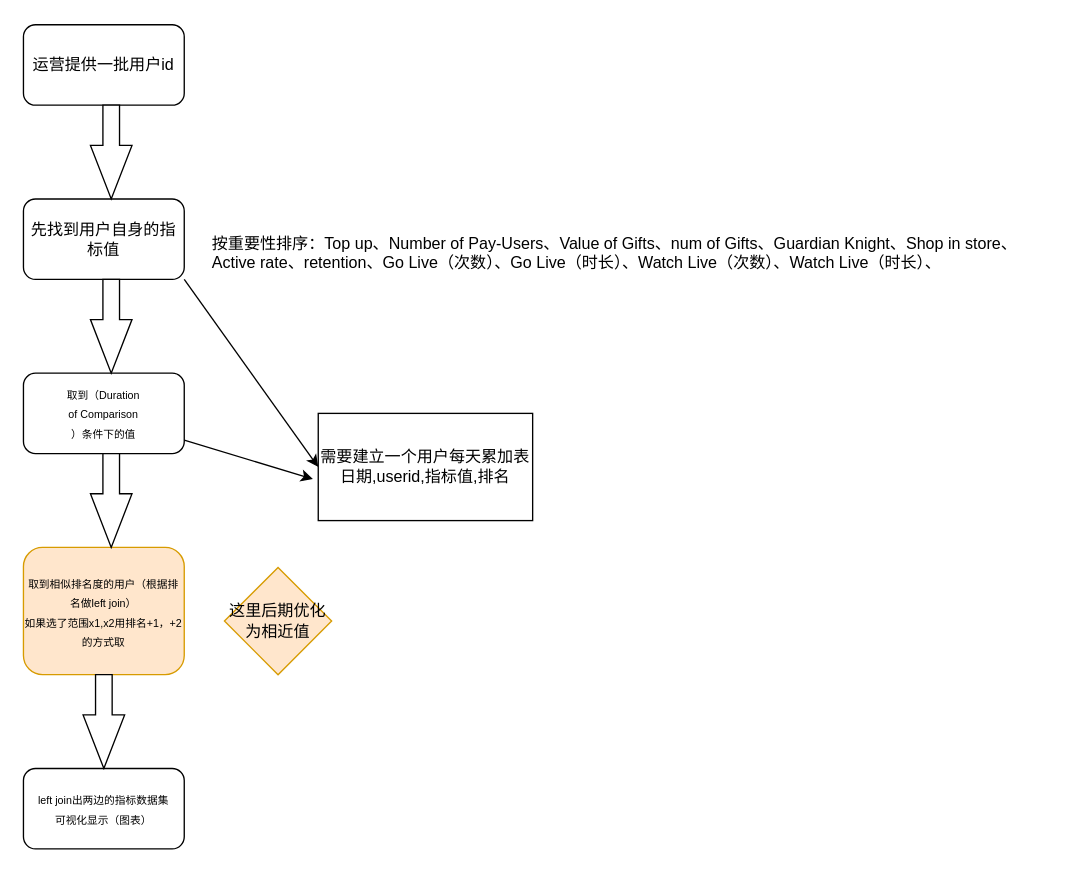
Earlier version of the draw.io diagram dir2/Untitled Diagram.drawio (liangrui1988/diagrams). Source tidied: cells renumbered, new cells numbered last; positions are measured from the earlier drawing's top-left corner, leaving out a move shared by most shapes. Both pictures are drawn from the tidied source at 134%, with x=0, y=0 at pixel (23, 24).
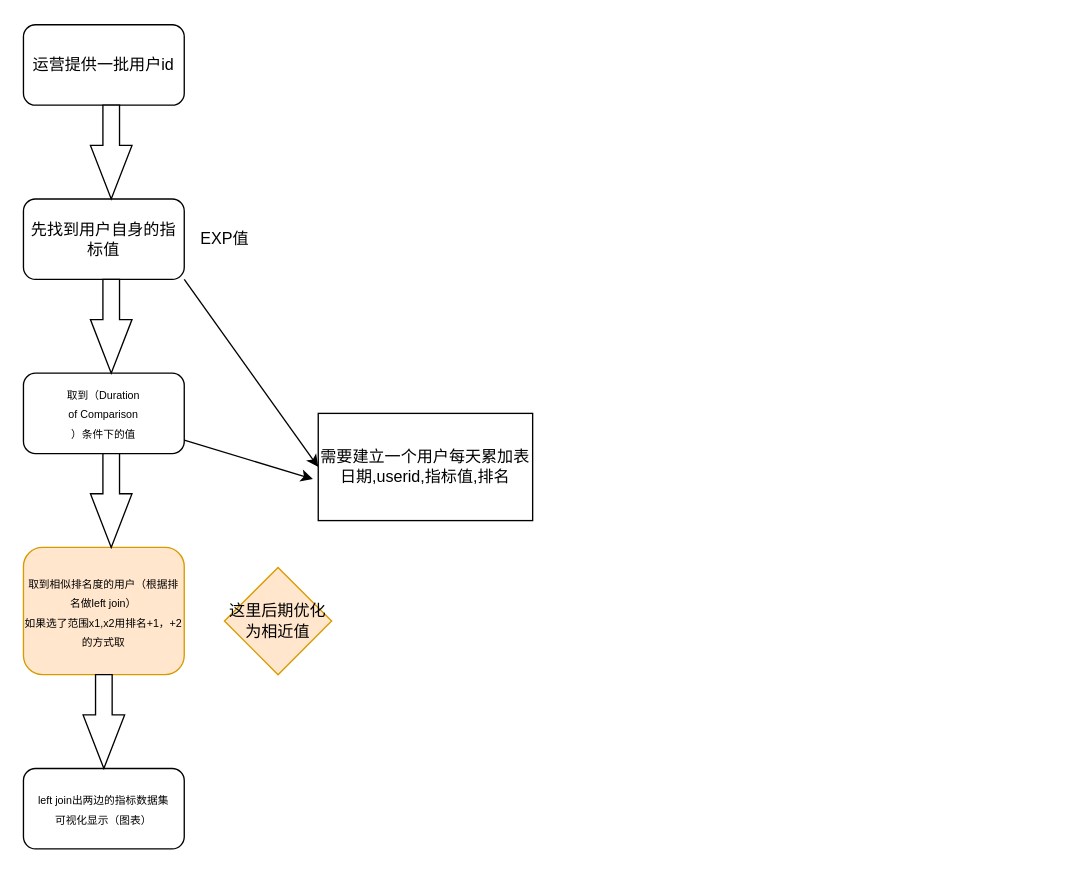
After the change.

The edit, as a diff of the source:
```diff
@@
 <mxGraphModel>
   <root>
     <mxCell id="0" />
     <mxCell id="1" parent="0" />
     <mxCell id="2" value="运营提供一批用户id" style="rounded=1;whiteSpace=wrap;html=1;" parent="1" vertex="1">
       <mxGeometry width="120" height="60" as="geometry" />
     </mxCell>
     <mxCell id="3" value="先找到用户自身的指标值" style="rounded=1;whiteSpace=wrap;html=1;" parent="1" vertex="1">
       <mxGeometry y="130" width="120" height="60" as="geometry" />
     </mxCell>
-    <mxCell id="4" value="&#10;&#10;&#10;&#10;&#10;&#10;&#10;&#10;&#10;&#10;&#10;&lt;p style=&quot;margin-top: 0pt ; margin-bottom: 0pt ; margin-left: 0in ; text-align: left ; direction: ltr ; unicode-bidi: embed ; word-break: normal&quot;&gt;&lt;span style=&quot;font-size: 9.0pt ; color: black&quot;&gt;按重要性排序：&lt;/span&gt;&lt;span style=&quot;font-size: 9.0pt ; font-family: &amp;quot;calibri&amp;quot; ; color: black&quot;&gt;Top up&lt;/span&gt;&lt;span style=&quot;font-size: 9.0pt ; color: black&quot;&gt;、&lt;/span&gt;&lt;span style=&quot;font-size: 9.0pt ; font-family: &amp;quot;calibri&amp;quot; ; color: black&quot;&gt;Number of Pay-Users&lt;/span&gt;&lt;span style=&quot;font-size: 9.0pt ; color: black&quot;&gt;、&lt;/span&gt;&lt;span style=&quot;font-size: 9.0pt ; font-family: &amp;quot;calibri&amp;quot; ; color: black&quot;&gt;Value of Gifts&lt;/span&gt;&lt;span style=&quot;font-size: 9.0pt ; color: black&quot;&gt;、&lt;/span&gt;&lt;span style=&quot;font-size: 9.0pt ; font-family: &amp;quot;calibri&amp;quot; ; color: black&quot;&gt;num of Gifts&lt;/span&gt;&lt;span style=&quot;font-size: 9.0pt ; color: black&quot;&gt;、&lt;/span&gt;&lt;span style=&quot;font-size: 9.0pt ; font-family: &amp;quot;calibri&amp;quot; ; color: black&quot;&gt;Guardian Knight&lt;/span&gt;&lt;span style=&quot;font-size: 9.0pt ; color: black&quot;&gt;、&lt;/span&gt;&lt;span style=&quot;font-size: 9.0pt ; font-family: &amp;quot;calibri&amp;quot; ; color: black&quot;&gt;Shop in store&lt;/span&gt;&lt;span style=&quot;font-size: 9.0pt ; color: black&quot;&gt;、&lt;/span&gt;&lt;span style=&quot;font-size: 9.0pt ; font-family: &amp;quot;calibri&amp;quot; ; color: black&quot;&gt;Active rate&lt;/span&gt;&lt;span style=&quot;font-size: 9.0pt ; color: black&quot;&gt;、&lt;/span&gt;&lt;span style=&quot;font-size: 9.0pt ; font-family: &amp;quot;calibri&amp;quot; ; color: black&quot;&gt;retention&lt;/span&gt;&lt;span style=&quot;font-size: 9.0pt ; color: black&quot;&gt;、&lt;/span&gt;&lt;span style=&quot;font-size: 9.0pt ; font-family: &amp;quot;calibri&amp;quot; ; color: black&quot;&gt;Go Live&lt;/span&gt;&lt;span style=&quot;font-size: 9.0pt ; color: black&quot;&gt;（次数）、&lt;/span&gt;&lt;span style=&quot;font-size: 9.0pt ; font-family: &amp;quot;calibri&amp;quot; ; color: black&quot;&gt;Go Live&lt;/span&gt;&lt;span style=&quot;font-size: 9.0pt ; color: black&quot;&gt;（时长）、&lt;/span&gt;&lt;span style=&quot;font-size: 9.0pt ; font-family: &amp;quot;calibri&amp;quot; ; color: black&quot;&gt;Watch Live&lt;/span&gt;&lt;span style=&quot;font-size: 9.0pt ; color: black&quot;&gt;（次数）、&lt;/span&gt;&lt;span style=&quot;font-size: 9.0pt ; font-family: &amp;quot;calibri&amp;quot; ; color: black&quot;&gt;Watch Live&lt;/span&gt;&lt;span style=&quot;font-size: 9.0pt ; color: black&quot;&gt;（时长）、&lt;/span&gt;&lt;/p&gt;&#10;&#10;&#10;&#10;&#10;&#10;" style="text;html=1;strokeColor=none;fillColor=none;align=center;verticalAlign=middle;whiteSpace=wrap;rounded=0;" parent="1" vertex="1">
-      <mxGeometry x="140" y="130" width="620" height="10" as="geometry" />
-    </mxCell>
     <mxCell id="5" value="&lt;font style=&quot;font-size: 8px&quot;&gt;取到（&lt;span style=&quot;font-family: &amp;#34;calibri&amp;#34;&quot;&gt;Duration&lt;br&gt;of Comparison&lt;/span&gt;&lt;br&gt;）条件下的值&lt;/font&gt;" style="rounded=1;whiteSpace=wrap;html=1;" parent="1" vertex="1">
       <mxGeometry y="260" width="120" height="60" as="geometry" />
     </mxCell>
     <mxCell id="6" value="&lt;font style=&quot;font-size: 8px&quot;&gt;取到相似排名度的用户（根据排名做left join）&lt;br&gt;如果选了范围x1,x2用排名+1，+2的方式取&lt;br&gt;&lt;/font&gt;" style="rounded=1;whiteSpace=wrap;html=1;fillColor=#ffe6cc;strokeColor=#d79b00;" parent="1" vertex="1">
       <mxGeometry y="390" width="120" height="95" as="geometry" />
     </mxCell>
     <mxCell id="7" value="&lt;span&gt;这里后期优化为相近值&lt;/span&gt;" style="rhombus;whiteSpace=wrap;html=1;fillColor=#ffe6cc;strokeColor=#d79b00;" parent="1" vertex="1">
       <mxGeometry x="150" y="405" width="80" height="80" as="geometry" />
     </mxCell>
     <mxCell id="8" value="&lt;span style=&quot;font-size: 8px&quot;&gt;left join出两边的指标数据集&lt;br&gt;可视化显示（图表）&lt;br&gt;&lt;/span&gt;" style="rounded=1;whiteSpace=wrap;html=1;" parent="1" vertex="1">
       <mxGeometry y="555" width="120" height="60" as="geometry" />
     </mxCell>
     <mxCell id="9" value="&lt;span&gt;需要建立一个用户每天累加表&lt;br&gt;日期,userid,指标值,排名&lt;br&gt;&lt;/span&gt;" style="rounded=0;whiteSpace=wrap;html=1;" parent="1" vertex="1">
       <mxGeometry x="220" y="290" width="160" height="80" as="geometry" />
     </mxCell>
     <mxCell id="10" style="html=1;shadow=0;dashed=0;align=center;verticalAlign=middle;shape=mxgraph.arrows2.arrow;dy=0.6;dx=40;direction=south;notch=0;" parent="1" vertex="1">
       <mxGeometry x="50" y="60" width="31" height="70" as="geometry" />
     </mxCell>
     <mxCell id="11" style="html=1;shadow=0;dashed=0;align=center;verticalAlign=middle;shape=mxgraph.arrows2.arrow;dy=0.6;dx=40;direction=south;notch=0;" parent="1" vertex="1">
       <mxGeometry x="50" y="320" width="31" height="70" as="geometry" />
     </mxCell>
     <mxCell id="12" style="html=1;shadow=0;dashed=0;align=center;verticalAlign=middle;shape=mxgraph.arrows2.arrow;dy=0.6;dx=40;direction=south;notch=0;" parent="1" vertex="1">
       <mxGeometry x="50" y="190" width="31" height="70" as="geometry" />
     </mxCell>
     <mxCell id="13" style="html=1;shadow=0;dashed=0;align=center;verticalAlign=middle;shape=mxgraph.arrows2.arrow;dy=0.6;dx=40;direction=south;notch=0;" parent="1" vertex="1">
       <mxGeometry x="44.5" y="485" width="31" height="70" as="geometry" />
     </mxCell>
     <mxCell id="14" style="endArrow=classic;html=1;entryX=-0.025;entryY=0.613;entryDx=0;entryDy=0;entryPerimeter=0;" parent="1" edge="1" target="9">
       <mxGeometry relative="1" as="geometry">
         <mxPoint x="120" y="310" as="sourcePoint" />
       </mxGeometry>
     </mxCell>
     <mxCell id="15" style="endArrow=classic;html=1;entryX=0;entryY=0.5;entryDx=0;entryDy=0;exitX=1;exitY=1;exitDx=0;exitDy=0;" parent="1" edge="1" source="3" target="9">
       <mxGeometry relative="1" as="geometry" />
     </mxCell>
+    <mxCell id="16" value="EXP值" style="text;html=1;align=center;verticalAlign=middle;" parent="1" vertex="1">
+      <mxGeometry x="125" y="150" width="50" height="20" as="geometry" />
+    </mxCell>
   </root>
 </mxGraphModel>
```
